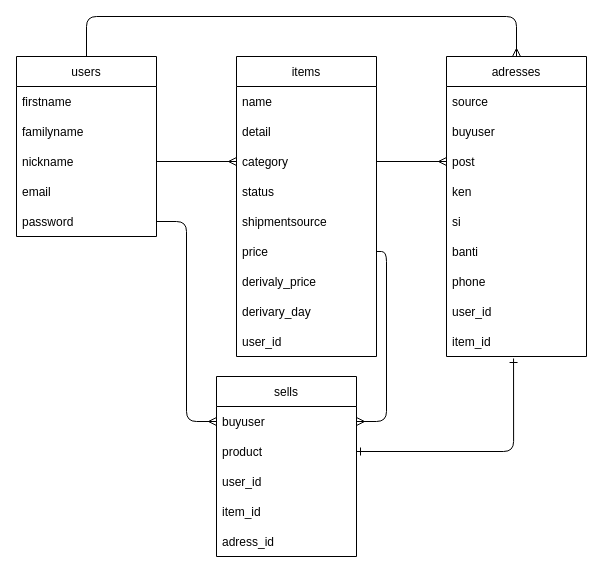
aki2314/furima-37607 keeps this draw.io diagram as ER図.dio. Above is the earlier version. Source tidied: cells renumbered, new cells numbered last; positions are measured from the earlier drawing's top-left corner, leaving out a move shared by most shapes. Both pictures are drawn from the tidied source at 100%, with x=0, y=0 at pixel (16, 16).
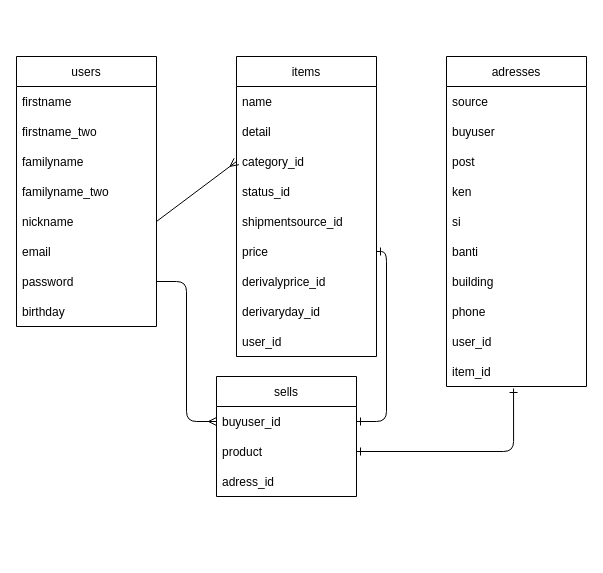
The same diagram, later.

The change refers to these unchanged cells:
```xml
<mxCell id="9" value="items" style="swimlane;fontStyle=0;horizontal=1;startSize=30;" parent="1" vertex="1">
  <mxGeometry x="220" y="40" width="140" height="300" as="geometry" />
</mxCell>
<mxCell id="15" value="price" style="text;strokeColor=none;fillColor=none;align=left;verticalAlign=middle;spacingLeft=4;spacingRight=4;overflow=hidden;points=[[0,0.5],[1,0.5]];portConstraint=eastwest;" parent="9" vertex="1">
  <mxGeometry y="180" width="140" height="30" as="geometry" />
</mxCell>
```

Change to the diagram source:
```diff
@@
-    <mxCell id="2" style="edgeStyle=orthogonalEdgeStyle;html=1;exitX=0.5;exitY=0;exitDx=0;exitDy=0;entryX=0.5;entryY=0;entryDx=0;entryDy=0;endArrow=ERmany;endFill=0;strokeColor=default;" parent="1" edge="1" source="3" target="25">
-      <mxGeometry relative="1" as="geometry">
-        <Array as="points">
-          <mxPoint x="70" />
-          <mxPoint x="500" />
-        </Array>
-      </mxGeometry>
-    </mxCell>
     <mxCell id="3" value="users" style="swimlane;fontStyle=0;horizontal=1;startSize=30;" parent="1" vertex="1">
-      <mxGeometry y="40" width="140" height="180" as="geometry" />
+      <mxGeometry y="40" width="140" height="270" as="geometry" />
     </mxCell>
@@
+    <mxCell id="40" value="firstname_two" style="text;strokeColor=none;fillColor=none;align=left;verticalAlign=middle;spacingLeft=4;spacingRight=4;overflow=hidden;" parent="3" vertex="1">
+      <mxGeometry y="60" width="140" height="30" as="geometry" />
+    </mxCell>
     <mxCell id="5" value="familyname" style="text;strokeColor=none;fillColor=none;align=left;verticalAlign=middle;spacingLeft=4;spacingRight=4;overflow=hidden;" parent="3" vertex="1">
-      <mxGeometry y="60" width="140" height="30" as="geometry" />
+      <mxGeometry y="90" width="140" height="30" as="geometry" />
     </mxCell>
+    <mxCell id="41" value="familyname_two" style="text;strokeColor=none;fillColor=none;align=left;verticalAlign=middle;spacingLeft=4;spacingRight=4;overflow=hidden;" parent="3" vertex="1">
+      <mxGeometry y="120" width="140" height="30" as="geometry" />
+    </mxCell>
     <mxCell id="6" value="nickname" style="text;strokeColor=none;fillColor=none;align=left;verticalAlign=middle;spacingLeft=4;spacingRight=4;overflow=hidden;points=[[0,0.5],[1,0.5]];portConstraint=eastwest;" parent="3" vertex="1">
-      <mxGeometry y="90" width="140" height="30" as="geometry" />
+      <mxGeometry y="150" width="140" height="30" as="geometry" />
     </mxCell>
     <mxCell id="7" value="email" style="text;strokeColor=none;fillColor=none;align=left;verticalAlign=middle;spacingLeft=4;spacingRight=4;overflow=hidden;" parent="3" vertex="1">
-      <mxGeometry y="120" width="140" height="30" as="geometry" />
+      <mxGeometry y="180" width="140" height="30" as="geometry" />
     </mxCell>
     <mxCell id="8" value="password" style="text;strokeColor=none;fillColor=none;align=left;verticalAlign=middle;spacingLeft=4;spacingRight=4;overflow=hidden;points=[[0,0.5],[1,0.5]];portConstraint=eastwest;" parent="3" vertex="1">
-      <mxGeometry y="150" width="140" height="30" as="geometry" />
+      <mxGeometry y="210" width="140" height="30" as="geometry" />
     </mxCell>
+    <mxCell id="42" value="birthday" style="text;strokeColor=none;fillColor=none;align=left;verticalAlign=middle;spacingLeft=4;spacingRight=4;overflow=hidden;" parent="3" vertex="1">
+      <mxGeometry y="240" width="140" height="30" as="geometry" />
+    </mxCell>
@@
-    <mxCell id="12" value="category" style="text;strokeColor=none;fillColor=none;align=left;verticalAlign=middle;spacingLeft=4;spacingRight=4;overflow=hidden;points=[[0,0.5],[1,0.5]];portConstraint=eastwest;" parent="9" vertex="1">
+    <mxCell id="12" value="category_id" style="text;strokeColor=none;fillColor=none;align=left;verticalAlign=middle;spacingLeft=4;spacingRight=4;overflow=hidden;points=[[0,0.5],[1,0.5]];portConstraint=eastwest;" parent="9" vertex="1">
       <mxGeometry y="90" width="140" height="30" as="geometry" />
     </mxCell>
-    <mxCell id="13" value="status" style="text;strokeColor=none;fillColor=none;align=left;verticalAlign=middle;spacingLeft=4;spacingRight=4;overflow=hidden;" parent="9" vertex="1">
+    <mxCell id="13" value="status_id" style="text;strokeColor=none;fillColor=none;align=left;verticalAlign=middle;spacingLeft=4;spacingRight=4;overflow=hidden;" parent="9" vertex="1">
       <mxGeometry y="120" width="140" height="30" as="geometry" />
     </mxCell>
-    <mxCell id="14" value="shipmentsource" style="text;strokeColor=none;fillColor=none;align=left;verticalAlign=middle;spacingLeft=4;spacingRight=4;overflow=hidden;" parent="9" vertex="1">
+    <mxCell id="14" value="shipmentsource_id" style="text;strokeColor=none;fillColor=none;align=left;verticalAlign=middle;spacingLeft=4;spacingRight=4;overflow=hidden;" parent="9" vertex="1">
       <mxGeometry y="150" width="140" height="30" as="geometry" />
     </mxCell>
@@
-    <mxCell id="16" value="derivaly_price" style="text;strokeColor=none;fillColor=none;align=left;verticalAlign=middle;spacingLeft=4;spacingRight=4;overflow=hidden;" parent="9" vertex="1">
+    <mxCell id="16" value="derivalyprice_id" style="text;strokeColor=none;fillColor=none;align=left;verticalAlign=middle;spacingLeft=4;spacingRight=4;overflow=hidden;" parent="9" vertex="1">
       <mxGeometry y="210" width="140" height="30" as="geometry" />
     </mxCell>
-    <mxCell id="17" value="derivary_day" style="text;strokeColor=none;fillColor=none;align=left;verticalAlign=middle;spacingLeft=4;spacingRight=4;overflow=hidden;" parent="9" vertex="1">
+    <mxCell id="17" value="derivaryday_id" style="text;strokeColor=none;fillColor=none;align=left;verticalAlign=middle;spacingLeft=4;spacingRight=4;overflow=hidden;" parent="9" vertex="1">
       <mxGeometry y="240" width="140" height="30" as="geometry" />
     </mxCell>
@@
     <mxCell id="19" value="sells" style="swimlane;fontStyle=0;horizontal=1;startSize=30;" parent="1" vertex="1">
-      <mxGeometry x="200" y="360" width="140" height="180" as="geometry" />
+      <mxGeometry x="200" y="360" width="140" height="120" as="geometry" />
     </mxCell>
-    <mxCell id="20" value="buyuser" style="text;strokeColor=none;fillColor=none;align=left;verticalAlign=middle;spacingLeft=4;spacingRight=4;overflow=hidden;points=[[0,0.5],[1,0.5]];portConstraint=eastwest;" parent="19" vertex="1">
+    <mxCell id="20" value="buyuser_id" style="text;strokeColor=none;fillColor=none;align=left;verticalAlign=middle;spacingLeft=4;spacingRight=4;overflow=hidden;points=[[0,0.5],[1,0.5]];portConstraint=eastwest;" parent="19" vertex="1">
       <mxGeometry y="30" width="140" height="30" as="geometry" />
     </mxCell>
@@
-    <mxCell id="22" value="user_id" style="text;strokeColor=none;fillColor=none;align=left;verticalAlign=middle;spacingLeft=4;spacingRight=4;overflow=hidden;" parent="19" vertex="1">
-      <mxGeometry y="90" width="140" height="30" as="geometry" />
-    </mxCell>
-    <mxCell id="23" value="item_id" style="text;strokeColor=none;fillColor=none;align=left;verticalAlign=middle;spacingLeft=4;spacingRight=4;overflow=hidden;" parent="19" vertex="1">
-      <mxGeometry y="120" width="140" height="30" as="geometry" />
-    </mxCell>
     <mxCell id="24" value="adress_id" style="text;strokeColor=none;fillColor=none;align=left;verticalAlign=middle;spacingLeft=4;spacingRight=4;overflow=hidden;" parent="19" vertex="1">
-      <mxGeometry y="150" width="140" height="30" as="geometry" />
+      <mxGeometry y="90" width="140" height="30" as="geometry" />
     </mxCell>
     <mxCell id="25" value="adresses" style="swimlane;fontStyle=0;horizontal=1;startSize=30;" parent="1" vertex="1">
-      <mxGeometry x="430" y="40" width="140" height="300" as="geometry" />
+      <mxGeometry x="430" y="40" width="140" height="330" as="geometry" />
     </mxCell>
@@
+    <mxCell id="43" value="building" style="text;strokeColor=none;fillColor=none;align=left;verticalAlign=middle;spacingLeft=4;spacingRight=4;overflow=hidden;" parent="25" vertex="1">
+      <mxGeometry y="210" width="140" height="30" as="geometry" />
+    </mxCell>
     <mxCell id="32" value="phone" style="text;strokeColor=none;fillColor=none;align=left;verticalAlign=middle;spacingLeft=4;spacingRight=4;overflow=hidden;" parent="25" vertex="1">
-      <mxGeometry y="210" width="140" height="30" as="geometry" />
+      <mxGeometry y="240" width="140" height="30" as="geometry" />
     </mxCell>
     <mxCell id="33" value="user_id" style="text;strokeColor=none;fillColor=none;align=left;verticalAlign=middle;spacingLeft=4;spacingRight=4;overflow=hidden;" parent="25" vertex="1">
-      <mxGeometry y="240" width="140" height="30" as="geometry" />
+      <mxGeometry y="270" width="140" height="30" as="geometry" />
     </mxCell>
     <mxCell id="34" value="item_id" style="text;strokeColor=none;fillColor=none;align=left;verticalAlign=middle;spacingLeft=4;spacingRight=4;overflow=hidden;points=[[0,0.5],[1,0.5]];portConstraint=eastwest;" parent="25" vertex="1">
-      <mxGeometry y="270" width="140" height="30" as="geometry" />
+      <mxGeometry y="300" width="140" height="30" as="geometry" />
     </mxCell>
@@
-    <mxCell id="36" style="edgeStyle=none;html=1;exitX=1;exitY=0.5;exitDx=0;exitDy=0;entryX=0;entryY=0.5;entryDx=0;entryDy=0;endArrow=ERmany;endFill=0;strokeColor=default;" parent="1" edge="1" source="12">
-      <mxGeometry relative="1" as="geometry">
-        <mxPoint x="430" y="145" as="targetPoint" />
-      </mxGeometry>
-    </mxCell>
-    <mxCell id="37" style="edgeStyle=orthogonalEdgeStyle;html=1;exitX=1;exitY=0.5;exitDx=0;exitDy=0;entryX=1;entryY=0.5;entryDx=0;entryDy=0;endArrow=ERmany;endFill=0;strokeColor=default;" parent="1" edge="1" source="15" target="20">
+    <mxCell id="37" style="edgeStyle=orthogonalEdgeStyle;html=1;exitX=1;exitY=0.5;exitDx=0;exitDy=0;entryX=1;entryY=0.5;entryDx=0;entryDy=0;endArrow=ERone;endFill=0;strokeColor=default;startArrow=ERone;startFill=0;" parent="1" edge="1" source="15" target="20">
       <mxGeometry relative="1" as="geometry" />
     </mxCell>
```
